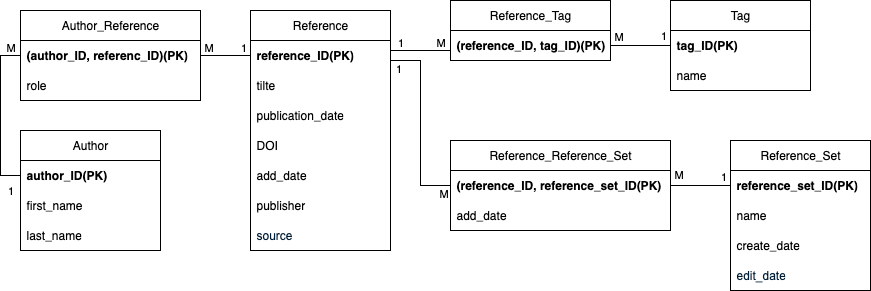
This is useful_doc/db_schema.png from IbukiiFPS/SEN-201_BibliographyManager, a draw.io export, as it was before one commit. Source tidied: cells renumbered, new cells last; positions are measured from the earlier drawing's top-left corner, leaving out a move shared by most shapes.
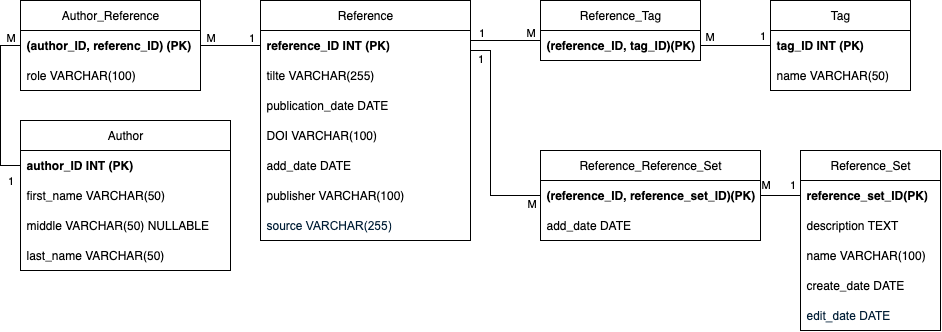
Above is the later version.

Commit message:
start implemting datavase connector

What changed in the source:
```diff
@@ -3,87 +3,93 @@
     <mxCell id="0" />
     <mxCell id="1" parent="0" />
     <mxCell id="2" value="Reference" style="swimlane;fontStyle=0;horizontal=1;startSize=30;whiteSpace=wrap;html=1;" parent="1" vertex="1">
-      <mxGeometry x="230" y="10" width="140" height="240" as="geometry" />
+      <mxGeometry x="70" y="10" width="210" height="240" as="geometry" />
     </mxCell>
-    <mxCell id="3" value="&lt;b&gt;&lt;span style=&quot;text-align: center;&quot;&gt;reference_&lt;/span&gt;ID(PK)&lt;/b&gt;" style="text;strokeColor=none;fillColor=none;align=left;verticalAlign=middle;spacingLeft=4;spacingRight=4;overflow=hidden;points=[[0,0.5],[1,0.5]];portConstraint=eastwest;whiteSpace=wrap;html=1;" parent="2" vertex="1">
-      <mxGeometry y="30" width="140" height="30" as="geometry" />
+    <mxCell id="3" value="&lt;b&gt;&lt;span style=&quot;text-align: center;&quot;&gt;reference_&lt;/span&gt;ID INT (PK)&lt;/b&gt;" style="text;strokeColor=none;fillColor=none;align=left;verticalAlign=middle;spacingLeft=4;spacingRight=4;overflow=hidden;points=[[0,0.5],[1,0.5]];portConstraint=eastwest;whiteSpace=wrap;html=1;" parent="2" vertex="1">
+      <mxGeometry y="30" width="210" height="30" as="geometry" />
     </mxCell>
-    <mxCell id="4" value="&lt;div style=&quot;text-align: center;&quot;&gt;&lt;span style=&quot;background-color: transparent; color: light-dark(rgb(0, 0, 0), rgb(255, 255, 255));&quot;&gt;tilte&lt;/span&gt;&lt;/div&gt;" style="text;strokeColor=none;fillColor=none;align=left;verticalAlign=middle;spacingLeft=4;spacingRight=4;overflow=hidden;whiteSpace=wrap;html=1;" parent="2" vertex="1">
-      <mxGeometry y="60" width="140" height="30" as="geometry" />
+    <mxCell id="4" value="&lt;div style=&quot;text-align: center;&quot;&gt;&lt;span style=&quot;color: light-dark(rgb(0, 0, 0), rgb(255, 255, 255)); background-color: transparent;&quot;&gt;tilte&amp;nbsp;&lt;/span&gt;&lt;span style=&quot;color: light-dark(rgb(0, 0, 0), rgb(255, 255, 255)); background-color: transparent; text-align: left;&quot;&gt;VARCHAR(&lt;/span&gt;&lt;span style=&quot;color: light-dark(rgb(0, 0, 0), rgb(255, 255, 255)); background-color: transparent; text-align: left;&quot; class=&quot;s1&quot;&gt;255&lt;/span&gt;&lt;span style=&quot;color: light-dark(rgb(0, 0, 0), rgb(255, 255, 255)); background-color: transparent; text-align: left;&quot;&gt;)&lt;/span&gt;&lt;/div&gt;" style="text;strokeColor=none;fillColor=none;align=left;verticalAlign=middle;spacingLeft=4;spacingRight=4;overflow=hidden;whiteSpace=wrap;html=1;" parent="2" vertex="1">
+      <mxGeometry y="60" width="210" height="30" as="geometry" />
     </mxCell>
-    <mxCell id="5" value="publication_date" style="text;strokeColor=none;fillColor=none;align=left;verticalAlign=middle;spacingLeft=4;spacingRight=4;overflow=hidden;whiteSpace=wrap;html=1;" parent="2" vertex="1">
-      <mxGeometry y="90" width="140" height="30" as="geometry" />
+    <mxCell id="5" value="publication_date DATE" style="text;strokeColor=none;fillColor=none;align=left;verticalAlign=middle;spacingLeft=4;spacingRight=4;overflow=hidden;whiteSpace=wrap;html=1;" parent="2" vertex="1">
+      <mxGeometry y="90" width="210" height="30" as="geometry" />
     </mxCell>
-    <mxCell id="6" value="DOI" style="text;strokeColor=none;fillColor=none;align=left;verticalAlign=middle;spacingLeft=4;spacingRight=4;overflow=hidden;whiteSpace=wrap;html=1;" parent="2" vertex="1">
-      <mxGeometry y="120" width="140" height="30" as="geometry" />
+    <mxCell id="6" value="DOI VARCHAR(100)" style="text;strokeColor=none;fillColor=none;align=left;verticalAlign=middle;spacingLeft=4;spacingRight=4;overflow=hidden;whiteSpace=wrap;html=1;" parent="2" vertex="1">
+      <mxGeometry y="120" width="210" height="30" as="geometry" />
     </mxCell>
-    <mxCell id="7" value="add_date" style="text;strokeColor=none;fillColor=none;align=left;verticalAlign=middle;spacingLeft=4;spacingRight=4;overflow=hidden;whiteSpace=wrap;html=1;" parent="2" vertex="1">
-      <mxGeometry y="150" width="140" height="30" as="geometry" />
+    <mxCell id="7" value="add_date DATE" style="text;strokeColor=none;fillColor=none;align=left;verticalAlign=middle;spacingLeft=4;spacingRight=4;overflow=hidden;whiteSpace=wrap;html=1;" parent="2" vertex="1">
+      <mxGeometry y="150" width="210" height="30" as="geometry" />
     </mxCell>
-    <mxCell id="8" value="publisher" style="text;strokeColor=none;fillColor=none;align=left;verticalAlign=middle;spacingLeft=4;spacingRight=4;overflow=hidden;whiteSpace=wrap;html=1;" parent="2" vertex="1">
-      <mxGeometry y="180" width="140" height="30" as="geometry" />
+    <mxCell id="8" value="publisher VARCHAR(100)" style="text;strokeColor=none;fillColor=none;align=left;verticalAlign=middle;spacingLeft=4;spacingRight=4;overflow=hidden;whiteSpace=wrap;html=1;" parent="2" vertex="1">
+      <mxGeometry y="180" width="210" height="30" as="geometry" />
     </mxCell>
-    <mxCell id="9" value="&lt;span style=&quot;color: rgb(0, 29, 53); font-family: &amp;quot;Google Sans&amp;quot;, Arial, sans-serif; background-color: rgb(255, 255, 255);&quot;&gt;&lt;font&gt;source&lt;/font&gt;&lt;/span&gt;" style="text;strokeColor=none;fillColor=none;align=left;verticalAlign=middle;spacingLeft=4;spacingRight=4;overflow=hidden;whiteSpace=wrap;html=1;" parent="2" vertex="1">
-      <mxGeometry y="210" width="140" height="30" as="geometry" />
+    <mxCell id="9" value="&lt;span style=&quot;color: rgb(0, 29, 53); font-family: &amp;quot;Google Sans&amp;quot;, Arial, sans-serif; background-color: rgb(255, 255, 255);&quot;&gt;&lt;font&gt;source VARCHAR(255)&lt;/font&gt;&lt;/span&gt;" style="text;strokeColor=none;fillColor=none;align=left;verticalAlign=middle;spacingLeft=4;spacingRight=4;overflow=hidden;whiteSpace=wrap;html=1;" parent="2" vertex="1">
+      <mxGeometry y="210" width="210" height="30" as="geometry" />
     </mxCell>
     <mxCell id="10" value="&lt;span style=&quot;text-align: left;&quot;&gt;Author&lt;/span&gt;" style="swimlane;fontStyle=0;horizontal=1;startSize=30;whiteSpace=wrap;html=1;" parent="1" vertex="1">
-      <mxGeometry y="130" width="140" height="120" as="geometry" />
+      <mxGeometry x="-170" y="130" width="210" height="150" as="geometry" />
     </mxCell>
-    <mxCell id="11" value="&lt;div style=&quot;text-align: center;&quot;&gt;&lt;b style=&quot;background-color: transparent; color: light-dark(rgb(0, 0, 0), rgb(255, 255, 255));&quot;&gt;author_ID(PK)&lt;/b&gt;&lt;/div&gt;" style="text;strokeColor=none;fillColor=none;align=left;verticalAlign=middle;spacingLeft=4;spacingRight=4;overflow=hidden;points=[[0,0.5],[1,0.5]];portConstraint=eastwest;whiteSpace=wrap;html=1;" parent="10" vertex="1">
-      <mxGeometry y="30" width="140" height="30" as="geometry" />
+    <mxCell id="11" value="&lt;div style=&quot;text-align: center;&quot;&gt;&lt;b style=&quot;background-color: transparent; color: light-dark(rgb(0, 0, 0), rgb(255, 255, 255));&quot;&gt;author_ID INT (PK)&lt;/b&gt;&lt;/div&gt;" style="text;strokeColor=none;fillColor=none;align=left;verticalAlign=middle;spacingLeft=4;spacingRight=4;overflow=hidden;points=[[0,0.5],[1,0.5]];portConstraint=eastwest;whiteSpace=wrap;html=1;" parent="10" vertex="1">
+      <mxGeometry y="30" width="210" height="30" as="geometry" />
     </mxCell>
+    <mxCell id="48" value="&lt;span style=&quot;text-align: center;&quot;&gt;first_name VARCHAR(50)&lt;/span&gt;" style="text;strokeColor=none;fillColor=none;align=left;verticalAlign=middle;spacingLeft=4;spacingRight=4;overflow=hidden;whiteSpace=wrap;html=1;" parent="10" vertex="1">
+      <mxGeometry y="60" width="210" height="30" as="geometry" />
+    </mxCell>
-    <mxCell id="12" value="&lt;div style=&quot;text-align: center;&quot;&gt;first_name&lt;/div&gt;" style="text;strokeColor=none;fillColor=none;align=left;verticalAlign=middle;spacingLeft=4;spacingRight=4;overflow=hidden;whiteSpace=wrap;html=1;" parent="10" vertex="1">
-      <mxGeometry y="60" width="140" height="30" as="geometry" />
+    <mxCell id="12" value="&lt;div style=&quot;text-align: center;&quot;&gt;middle VARCHAR(50) NULLABLE&lt;/div&gt;" style="text;strokeColor=none;fillColor=none;align=left;verticalAlign=middle;spacingLeft=4;spacingRight=4;overflow=hidden;whiteSpace=wrap;html=1;" parent="10" vertex="1">
+      <mxGeometry y="90" width="210" height="30" as="geometry" />
     </mxCell>
-    <mxCell id="13" value="last_name" style="text;strokeColor=none;fillColor=none;align=left;verticalAlign=middle;spacingLeft=4;spacingRight=4;overflow=hidden;whiteSpace=wrap;html=1;" parent="10" vertex="1">
-      <mxGeometry y="90" width="140" height="30" as="geometry" />
+    <mxCell id="13" value="last_name VARCHAR(50)" style="text;strokeColor=none;fillColor=none;align=left;verticalAlign=middle;spacingLeft=4;spacingRight=4;overflow=hidden;whiteSpace=wrap;html=1;" parent="10" vertex="1">
+      <mxGeometry y="120" width="210" height="30" as="geometry" />
     </mxCell>
     <mxCell id="14" value="Tag" style="swimlane;fontStyle=0;horizontal=1;startSize=30;whiteSpace=wrap;html=1;" parent="1" vertex="1">
-      <mxGeometry x="650" width="140" height="90" as="geometry" />
+      <mxGeometry x="580" y="10" width="140" height="90" as="geometry" />
     </mxCell>
-    <mxCell id="15" value="&lt;b&gt;&lt;span style=&quot;text-align: center;&quot;&gt;tag_&lt;/span&gt;ID(PK)&lt;/b&gt;" style="text;strokeColor=none;fillColor=none;align=left;verticalAlign=middle;spacingLeft=4;spacingRight=4;overflow=hidden;points=[[0,0.5],[1,0.5]];portConstraint=eastwest;whiteSpace=wrap;html=1;" parent="14" vertex="1">
+    <mxCell id="15" value="&lt;b&gt;&lt;span style=&quot;text-align: center;&quot;&gt;tag_&lt;/span&gt;ID INT (PK)&lt;/b&gt;" style="text;strokeColor=none;fillColor=none;align=left;verticalAlign=middle;spacingLeft=4;spacingRight=4;overflow=hidden;points=[[0,0.5],[1,0.5]];portConstraint=eastwest;whiteSpace=wrap;html=1;" parent="14" vertex="1">
       <mxGeometry y="30" width="140" height="30" as="geometry" />
     </mxCell>
-    <mxCell id="16" value="&lt;div style=&quot;text-align: center;&quot;&gt;&lt;span style=&quot;background-color: transparent; color: light-dark(rgb(0, 0, 0), rgb(255, 255, 255));&quot;&gt;name&lt;/span&gt;&lt;/div&gt;" style="text;strokeColor=none;fillColor=none;align=left;verticalAlign=middle;spacingLeft=4;spacingRight=4;overflow=hidden;whiteSpace=wrap;html=1;" parent="14" vertex="1">
+    <mxCell id="16" value="&lt;div style=&quot;text-align: center;&quot;&gt;&lt;span style=&quot;background-color: transparent; color: light-dark(rgb(0, 0, 0), rgb(255, 255, 255));&quot;&gt;name VARCHAR(50)&lt;/span&gt;&lt;/div&gt;" style="text;strokeColor=none;fillColor=none;align=left;verticalAlign=middle;spacingLeft=4;spacingRight=4;overflow=hidden;whiteSpace=wrap;html=1;" parent="14" vertex="1">
       <mxGeometry y="60" width="140" height="30" as="geometry" />
     </mxCell>
     <mxCell id="17" value="Reference_Tag" style="swimlane;fontStyle=0;horizontal=1;startSize=30;whiteSpace=wrap;html=1;" parent="1" vertex="1">
-      <mxGeometry x="430" width="160" height="60" as="geometry" />
+      <mxGeometry x="350" y="10" width="160" height="60" as="geometry" />
     </mxCell>
     <mxCell id="18" value="&lt;b&gt;&lt;span style=&quot;text-align: center;&quot;&gt;(&lt;/span&gt;&lt;/b&gt;&lt;b&gt;&lt;span style=&quot;text-align: center;&quot;&gt;reference_&lt;/span&gt;ID,&amp;nbsp;&lt;/b&gt;&lt;b&gt;&lt;span style=&quot;text-align: center;&quot;&gt;tag_&lt;/span&gt;ID)(PK)&lt;/b&gt;" style="text;strokeColor=none;fillColor=none;align=left;verticalAlign=middle;spacingLeft=4;spacingRight=4;overflow=hidden;points=[[0,0.5],[1,0.5]];portConstraint=eastwest;whiteSpace=wrap;html=1;" parent="17" vertex="1">
       <mxGeometry y="30" width="160" height="30" as="geometry" />
     </mxCell>
     <mxCell id="19" value="&lt;span style=&quot;text-align: left;&quot;&gt;Author_&lt;/span&gt;Reference" style="swimlane;fontStyle=0;horizontal=1;startSize=30;whiteSpace=wrap;html=1;" parent="1" vertex="1">
-      <mxGeometry y="10" width="180" height="90" as="geometry" />
+      <mxGeometry x="-170" y="10" width="180" height="90" as="geometry" />
     </mxCell>
-    <mxCell id="20" value="&lt;b&gt;&lt;span style=&quot;text-align: center;&quot;&gt;(&lt;/span&gt;&lt;/b&gt;&lt;b style=&quot;color: light-dark(rgb(0, 0, 0), rgb(255, 255, 255)); text-align: center; background-color: transparent;&quot;&gt;author&lt;/b&gt;&lt;b&gt;&lt;span style=&quot;text-align: center;&quot;&gt;_&lt;/span&gt;ID, referenc&lt;/b&gt;&lt;b&gt;&lt;span style=&quot;text-align: center;&quot;&gt;_&lt;/span&gt;ID)(PK)&lt;/b&gt;" style="text;strokeColor=none;fillColor=none;align=left;verticalAlign=middle;spacingLeft=4;spacingRight=4;overflow=hidden;points=[[0,0.5],[1,0.5]];portConstraint=eastwest;whiteSpace=wrap;html=1;" parent="19" vertex="1">
+    <mxCell id="20" value="&lt;b&gt;&lt;span style=&quot;text-align: center;&quot;&gt;(&lt;/span&gt;&lt;/b&gt;&lt;b style=&quot;color: light-dark(rgb(0, 0, 0), rgb(255, 255, 255)); text-align: center; background-color: transparent;&quot;&gt;author&lt;/b&gt;&lt;b&gt;&lt;span style=&quot;text-align: center;&quot;&gt;_&lt;/span&gt;ID, referenc&lt;/b&gt;&lt;b&gt;&lt;span style=&quot;text-align: center;&quot;&gt;_&lt;/span&gt;ID) (PK)&lt;/b&gt;" style="text;strokeColor=none;fillColor=none;align=left;verticalAlign=middle;spacingLeft=4;spacingRight=4;overflow=hidden;points=[[0,0.5],[1,0.5]];portConstraint=eastwest;whiteSpace=wrap;html=1;" parent="19" vertex="1">
       <mxGeometry y="30" width="180" height="30" as="geometry" />
     </mxCell>
-    <mxCell id="21" value="role" style="text;strokeColor=none;fillColor=none;align=left;verticalAlign=middle;spacingLeft=4;spacingRight=4;overflow=hidden;whiteSpace=wrap;html=1;" parent="19" vertex="1">
+    <mxCell id="21" value="role VARCHAR(100)" style="text;strokeColor=none;fillColor=none;align=left;verticalAlign=middle;spacingLeft=4;spacingRight=4;overflow=hidden;whiteSpace=wrap;html=1;" parent="19" vertex="1">
       <mxGeometry y="60" width="180" height="30" as="geometry" />
     </mxCell>
     <mxCell id="22" value="Reference_Set" style="swimlane;fontStyle=0;horizontal=1;startSize=30;whiteSpace=wrap;html=1;" parent="1" vertex="1">
-      <mxGeometry x="710" y="140" width="140" height="150" as="geometry" />
+      <mxGeometry x="610" y="160" width="140" height="180" as="geometry" />
     </mxCell>
     <mxCell id="23" value="&lt;b&gt;&lt;span style=&quot;text-align: center;&quot;&gt;reference_set_&lt;/span&gt;ID(PK)&lt;/b&gt;" style="text;strokeColor=none;fillColor=none;align=left;verticalAlign=middle;spacingLeft=4;spacingRight=4;overflow=hidden;points=[[0,0.5],[1,0.5]];portConstraint=eastwest;whiteSpace=wrap;html=1;" parent="22" vertex="1">
       <mxGeometry y="30" width="140" height="30" as="geometry" />
     </mxCell>
+    <mxCell id="49" value="description TEXT" style="text;strokeColor=none;fillColor=none;align=left;verticalAlign=middle;spacingLeft=4;spacingRight=4;overflow=hidden;whiteSpace=wrap;html=1;" parent="22" vertex="1">
+      <mxGeometry y="60" width="140" height="30" as="geometry" />
+    </mxCell>
-    <mxCell id="24" value="&lt;div style=&quot;text-align: center;&quot;&gt;&lt;span style=&quot;background-color: transparent; color: light-dark(rgb(0, 0, 0), rgb(255, 255, 255));&quot;&gt;name&lt;/span&gt;&lt;/div&gt;" style="text;strokeColor=none;fillColor=none;align=left;verticalAlign=middle;spacingLeft=4;spacingRight=4;overflow=hidden;whiteSpace=wrap;html=1;" parent="22" vertex="1">
-      <mxGeometry y="60" width="140" height="30" as="geometry" />
+    <mxCell id="24" value="&lt;div style=&quot;text-align: center;&quot;&gt;&lt;span style=&quot;background-color: transparent; color: light-dark(rgb(0, 0, 0), rgb(255, 255, 255));&quot;&gt;name VARCHAR(100)&lt;/span&gt;&lt;/div&gt;" style="text;strokeColor=none;fillColor=none;align=left;verticalAlign=middle;spacingLeft=4;spacingRight=4;overflow=hidden;whiteSpace=wrap;html=1;" parent="22" vertex="1">
+      <mxGeometry y="90" width="140" height="30" as="geometry" />
     </mxCell>
-    <mxCell id="25" value="create_date" style="text;strokeColor=none;fillColor=none;align=left;verticalAlign=middle;spacingLeft=4;spacingRight=4;overflow=hidden;whiteSpace=wrap;html=1;" parent="22" vertex="1">
-      <mxGeometry y="90" width="140" height="30" as="geometry" />
+    <mxCell id="25" value="create_date DATE" style="text;strokeColor=none;fillColor=none;align=left;verticalAlign=middle;spacingLeft=4;spacingRight=4;overflow=hidden;whiteSpace=wrap;html=1;" parent="22" vertex="1">
+      <mxGeometry y="120" width="140" height="30" as="geometry" />
     </mxCell>
-    <mxCell id="26" value="&lt;span style=&quot;color: rgb(0, 29, 53); font-family: &amp;quot;Google Sans&amp;quot;, Arial, sans-serif; background-color: rgb(255, 255, 255);&quot;&gt;&lt;font&gt;edit_date&lt;/font&gt;&lt;/span&gt;" style="text;strokeColor=none;fillColor=none;align=left;verticalAlign=middle;spacingLeft=4;spacingRight=4;overflow=hidden;whiteSpace=wrap;html=1;" parent="22" vertex="1">
-      <mxGeometry y="120" width="140" height="30" as="geometry" />
+    <mxCell id="26" value="&lt;span style=&quot;color: rgb(0, 29, 53); font-family: &amp;quot;Google Sans&amp;quot;, Arial, sans-serif; background-color: rgb(255, 255, 255);&quot;&gt;&lt;font&gt;edit_date DATE&lt;/font&gt;&lt;/span&gt;" style="text;strokeColor=none;fillColor=none;align=left;verticalAlign=middle;spacingLeft=4;spacingRight=4;overflow=hidden;whiteSpace=wrap;html=1;" parent="22" vertex="1">
+      <mxGeometry y="150" width="140" height="30" as="geometry" />
     </mxCell>
     <mxCell id="27" value="Reference_Reference_Set" style="swimlane;fontStyle=0;horizontal=1;startSize=30;whiteSpace=wrap;html=1;" parent="1" vertex="1">
-      <mxGeometry x="430" y="140" width="220" height="90" as="geometry" />
+      <mxGeometry x="350" y="160" width="220" height="90" as="geometry" />
     </mxCell>
-    <mxCell id="28" value="&lt;b&gt;&lt;span style=&quot;text-align: center;&quot;&gt;(&lt;/span&gt;&lt;/b&gt;&lt;b&gt;&lt;span style=&quot;text-align: center;&quot;&gt;reference_ID,&amp;nbsp;&lt;/span&gt;&lt;/b&gt;&lt;b&gt;&lt;span style=&quot;text-align: center;&quot;&gt;reference_set_&lt;/span&gt;ID(PK)&lt;/b&gt;" style="text;strokeColor=none;fillColor=none;align=left;verticalAlign=middle;spacingLeft=4;spacingRight=4;overflow=hidden;points=[[0,0.5],[1,0.5]];portConstraint=eastwest;whiteSpace=wrap;html=1;" parent="27" vertex="1">
+    <mxCell id="28" value="&lt;b&gt;&lt;span style=&quot;text-align: center;&quot;&gt;(&lt;/span&gt;&lt;/b&gt;&lt;b&gt;&lt;span style=&quot;text-align: center;&quot;&gt;reference_ID,&amp;nbsp;&lt;/span&gt;&lt;/b&gt;&lt;b&gt;&lt;span style=&quot;text-align: center;&quot;&gt;reference_set_&lt;/span&gt;ID)(PK)&lt;/b&gt;" style="text;strokeColor=none;fillColor=none;align=left;verticalAlign=middle;spacingLeft=4;spacingRight=4;overflow=hidden;points=[[0,0.5],[1,0.5]];portConstraint=eastwest;whiteSpace=wrap;html=1;" parent="27" vertex="1">
       <mxGeometry y="30" width="220" height="30" as="geometry" />
     </mxCell>
-    <mxCell id="29" value="&lt;div style=&quot;text-align: center;&quot;&gt;&lt;span style=&quot;background-color: transparent; color: light-dark(rgb(0, 0, 0), rgb(255, 255, 255));&quot;&gt;add_date&lt;/span&gt;&lt;/div&gt;" style="text;strokeColor=none;fillColor=none;align=left;verticalAlign=middle;spacingLeft=4;spacingRight=4;overflow=hidden;whiteSpace=wrap;html=1;" parent="27" vertex="1">
+    <mxCell id="29" value="&lt;div style=&quot;text-align: center;&quot;&gt;&lt;span style=&quot;background-color: transparent; color: light-dark(rgb(0, 0, 0), rgb(255, 255, 255));&quot;&gt;add_date DATE&lt;/span&gt;&lt;/div&gt;" style="text;strokeColor=none;fillColor=none;align=left;verticalAlign=middle;spacingLeft=4;spacingRight=4;overflow=hidden;whiteSpace=wrap;html=1;" parent="27" vertex="1">
       <mxGeometry y="60" width="220" height="30" as="geometry" />
     </mxCell>
     <mxCell id="30" style="edgeStyle=orthogonalEdgeStyle;rounded=0;jettySize=auto;html=1;exitX=0;exitY=0.5;exitDx=0;exitDy=0;entryX=0;entryY=0.5;entryDx=0;entryDy=0;endArrow=none;endFill=0;" parent="1" edge="1" source="11" target="20">
@@ -112,17 +118,17 @@
         <mxPoint x="-4" y="-5" as="offset" />
       </mxGeometry>
     </mxCell>
-    <mxCell id="36" style="edgeStyle=orthogonalEdgeStyle;rounded=0;jettySize=auto;html=1;exitX=1;exitY=0.5;exitDx=0;exitDy=0;entryX=0;entryY=0.5;entryDx=0;entryDy=0;endArrow=none;endFill=0;" parent="1" edge="1" source="3" target="18">
+    <mxCell id="36" style="edgeStyle=orthogonalEdgeStyle;rounded=0;jettySize=auto;html=1;exitX=1;exitY=0.5;exitDx=0;exitDy=0;entryX=0;entryY=0.309;entryDx=0;entryDy=0;endArrow=none;endFill=0;entryPerimeter=0;" parent="1" edge="1" source="3" target="18">
       <mxGeometry relative="1" as="geometry">
         <Array as="points">
-          <mxPoint x="370" y="50" />
-          <mxPoint x="430" y="50" />
+          <mxPoint x="280" y="50" />
+          <mxPoint x="350" y="50" />
         </Array>
       </mxGeometry>
     </mxCell>
     <mxCell id="37" value="M" style="edgeLabel;html=1;align=center;verticalAlign=middle;" parent="36" vertex="1">
       <mxGeometry x="0.59" relative="1" as="geometry">
-        <mxPoint x="-1" y="-8" as="offset" />
+        <mxPoint x="5" y="-8" as="offset" />
       </mxGeometry>
     </mxCell>
     <mxCell id="38" value="1" style="edgeLabel;html=1;align=center;verticalAlign=middle;" parent="36" vertex="1">
@@ -146,9 +152,9 @@
     <mxCell id="42" style="edgeStyle=orthogonalEdgeStyle;rounded=0;jettySize=auto;html=1;exitX=1;exitY=0.5;exitDx=0;exitDy=0;entryX=0;entryY=0.5;entryDx=0;entryDy=0;endArrow=none;endFill=0;" parent="1" edge="1" source="3" target="28">
       <mxGeometry relative="1" as="geometry">
         <Array as="points">
-          <mxPoint x="370" y="60" />
-          <mxPoint x="400" y="60" />
-          <mxPoint x="400" y="185" />
+          <mxPoint x="280" y="60" />
+          <mxPoint x="300" y="60" />
+          <mxPoint x="300" y="205" />
         </Array>
       </mxGeometry>
     </mxCell>
@@ -167,7 +173,7 @@
     </mxCell>
     <mxCell id="46" value="1" style="edgeLabel;html=1;align=center;verticalAlign=middle;" parent="45" vertex="1">
       <mxGeometry x="0.67" relative="1" as="geometry">
-        <mxPoint x="2" y="-9" as="offset" />
+        <mxPoint x="-1" y="-11" as="offset" />
       </mxGeometry>
     </mxCell>
     <mxCell id="47" value="M" style="edgeLabel;html=1;align=center;verticalAlign=middle;" parent="45" vertex="1">
```
